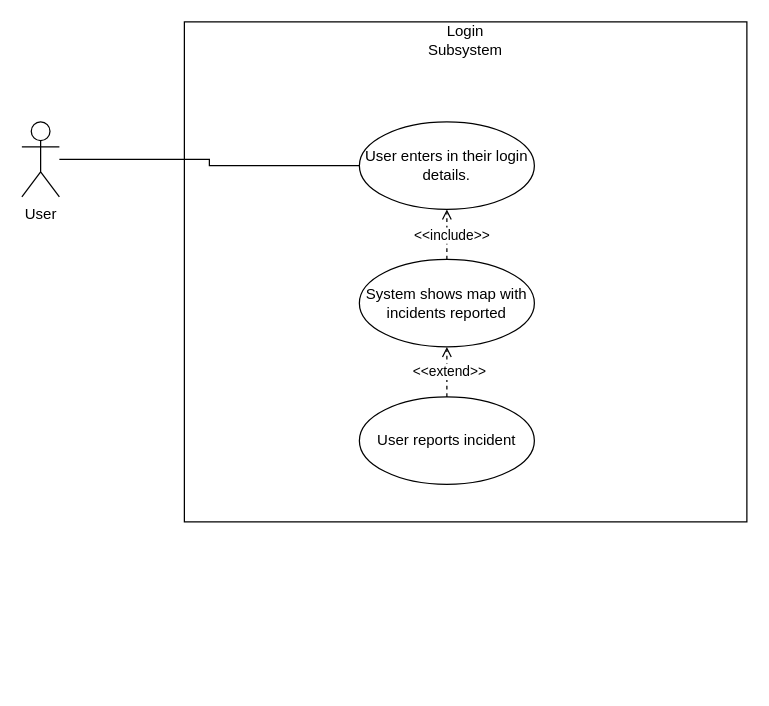
This is Login.drawio from Kari19/D1, a draw.io file, before an edit. Source tidied: cells renumbered, new cells numbered last; positions are measured from the earlier drawing's top-left corner, leaving out a move shared by most shapes. Both pictures are drawn from the tidied source at 125%, with x=0, y=0 at pixel (21, 21).
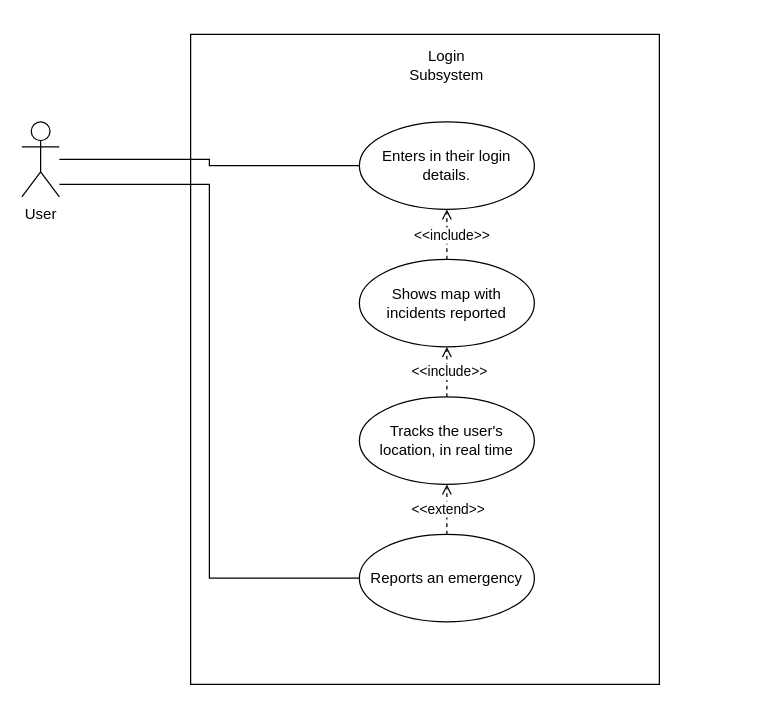
After the change.

What changed in the source:
```diff
@@
 <mxGraphModel>
   <root>
     <mxCell id="0" />
     <mxCell id="1" parent="0" />
     <mxCell id="2" value="&lt;div&gt;&lt;/div&gt;" style="rounded=0;whiteSpace=wrap;html=1;" parent="1" vertex="1">
-      <mxGeometry x="130" width="450" height="400" as="geometry" />
+      <mxGeometry x="135" y="10" width="375" height="520" as="geometry" />
     </mxCell>
     <mxCell id="3" style="edgeStyle=orthogonalEdgeStyle;rounded=0;jettySize=auto;html=1;entryX=0;entryY=0.5;entryDx=0;entryDy=0;endArrow=none;startFill=0;" parent="1" edge="1" source="4" target="6">
       <mxGeometry relative="1" as="geometry" />
     </mxCell>
+    <mxCell id="13" style="edgeStyle=orthogonalEdgeStyle;rounded=0;jettySize=auto;html=1;entryX=0;entryY=0.5;entryDx=0;entryDy=0;endArrow=none;startFill=0;" parent="1" edge="1" source="4" target="16">
+      <mxGeometry relative="1" as="geometry">
+        <Array as="points">
+          <mxPoint x="150" y="130" />
+          <mxPoint x="150" y="445" />
+        </Array>
+      </mxGeometry>
+    </mxCell>
     <mxCell id="4" value="&lt;div&gt;User&lt;/div&gt;" style="shape=umlActor;verticalLabelPosition=bottom;verticalAlign=top;html=1;outlineConnect=0;" parent="1" vertex="1">
       <mxGeometry y="80" width="30" height="60" as="geometry" />
     </mxCell>
     <mxCell id="5" value="Login Subsystem" style="text;html=1;align=center;verticalAlign=middle;whiteSpace=wrap;rounded=0;" parent="1" vertex="1">
-      <mxGeometry x="325" width="60" height="30" as="geometry" />
+      <mxGeometry x="310" y="20" width="60" height="30" as="geometry" />
     </mxCell>
-    <mxCell id="6" value="User enters in their login details." style="ellipse;whiteSpace=wrap;html=1;" parent="1" vertex="1">
+    <mxCell id="6" value="Enters in their login details." style="ellipse;whiteSpace=wrap;html=1;" parent="1" vertex="1">
       <mxGeometry x="270" y="80" width="140" height="70" as="geometry" />
     </mxCell>
     <mxCell id="7" style="edgeStyle=orthogonalEdgeStyle;rounded=0;jettySize=auto;html=1;endArrow=open;endFill=0;dashed=1;" parent="1" edge="1" source="9" target="6">
       <mxGeometry relative="1" as="geometry" />
     </mxCell>
     <mxCell id="8" value="&amp;lt;&amp;lt;include&amp;gt;&amp;gt;" style="edgeLabel;html=1;align=center;verticalAlign=middle;" parent="7" vertex="1">
       <mxGeometry y="-3" relative="1" as="geometry" />
     </mxCell>
-    <mxCell id="9" value="System shows map with incidents reported" style="ellipse;whiteSpace=wrap;html=1;" parent="1" vertex="1">
+    <mxCell id="9" value="Shows map with incidents reported" style="ellipse;whiteSpace=wrap;html=1;" parent="1" vertex="1">
       <mxGeometry x="270" y="190" width="140" height="70" as="geometry" />
     </mxCell>
     <mxCell id="10" style="edgeStyle=orthogonalEdgeStyle;rounded=0;jettySize=auto;html=1;dashed=1;endArrow=open;endFill=0;" parent="1" edge="1" source="12" target="9">
       <mxGeometry relative="1" as="geometry" />
     </mxCell>
-    <mxCell id="11" value="&amp;lt;&amp;lt;extend&amp;gt;&amp;gt;" style="edgeLabel;html=1;align=center;verticalAlign=middle;" parent="10" vertex="1">
+    <mxCell id="11" value="&amp;lt;&amp;lt;include&amp;gt;&amp;gt;" style="edgeLabel;html=1;align=center;verticalAlign=middle;" parent="10" vertex="1">
       <mxGeometry x="0.05" y="-1" relative="1" as="geometry" />
     </mxCell>
-    <mxCell id="12" value="User reports incident" style="ellipse;whiteSpace=wrap;html=1;" parent="1" vertex="1">
+    <mxCell id="12" value="Tracks the user's location, in real time" style="ellipse;whiteSpace=wrap;html=1;" parent="1" vertex="1">
       <mxGeometry x="270" y="300" width="140" height="70" as="geometry" />
     </mxCell>
+    <mxCell id="14" style="edgeStyle=orthogonalEdgeStyle;rounded=0;jettySize=auto;html=1;endArrow=open;endFill=0;dashed=1;" parent="1" edge="1" source="16" target="12">
+      <mxGeometry relative="1" as="geometry" />
+    </mxCell>
+    <mxCell id="15" value="&amp;lt;&amp;lt;extend&amp;gt;&amp;gt;" style="edgeLabel;html=1;align=center;verticalAlign=middle;" parent="14" vertex="1">
+      <mxGeometry x="0.05" relative="1" as="geometry" />
+    </mxCell>
+    <mxCell id="16" value="Reports an emergency" style="ellipse;whiteSpace=wrap;html=1;" parent="1" vertex="1">
+      <mxGeometry x="270" y="410" width="140" height="70" as="geometry" />
+    </mxCell>
   </root>
 </mxGraphModel>
```
